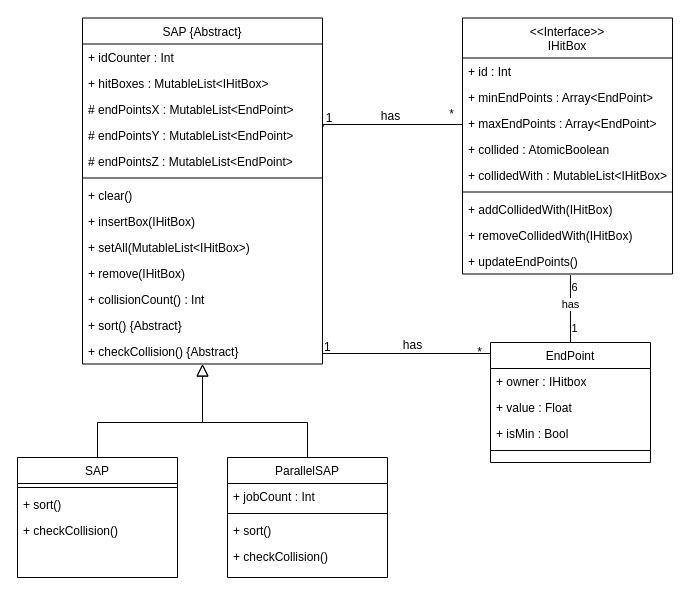
This is Documents/Diagrams/SAP class diagram.drawio from DennisGoss99/BachelorThesis, a draw.io file, before an edit. Source tidied: cells renumbered, new cells numbered last; positions are measured from the earlier drawing's top-left corner, leaving out a move shared by most shapes. Both pictures are drawn from the tidied source at 100%, with x=0, y=0 at pixel (17, 18).
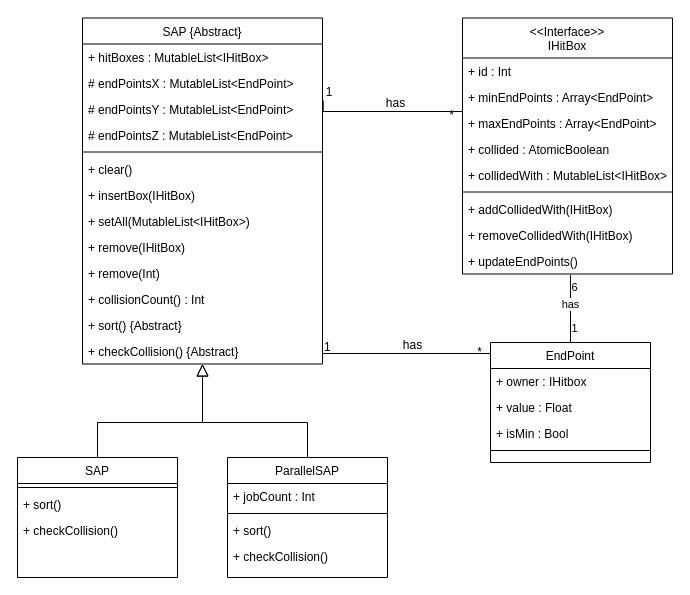
The same diagram, later.

The change refers to these unchanged cells:
```xml
<mxCell id="2" value="SAP {Abstract}" style="swimlane;fontStyle=0;align=center;verticalAlign=top;horizontal=1;startSize=26;rounded=0;shadow=0;strokeWidth=1;fillColor=none;" parent="1" vertex="1">
  <mxGeometry x="65" y="-0.5" width="240" height="346" as="geometry" />
</mxCell>
```

What changed in the source:
```diff
@@
-    <mxCell id="3" value="+ idCounter : Int" style="text;strokeColor=none;fillColor=none;align=left;verticalAlign=top;spacingLeft=4;spacingRight=4;overflow=hidden;" parent="2" vertex="1">
-      <mxGeometry y="26" width="240" height="26" as="geometry" />
-    </mxCell>
     <mxCell id="4" value="+ hitBoxes : MutableList&lt;IHitBox&gt;" style="text;strokeColor=none;fillColor=none;align=left;verticalAlign=top;spacingLeft=4;spacingRight=4;overflow=hidden;" parent="2" vertex="1">
-      <mxGeometry y="52" width="240" height="26" as="geometry" />
+      <mxGeometry y="26" width="240" height="26" as="geometry" />
     </mxCell>
     <mxCell id="5" value="# endPointsX : MutableList&lt;EndPoint&gt;" style="text;strokeColor=none;fillColor=none;align=left;verticalAlign=top;spacingLeft=4;spacingRight=4;overflow=hidden;" parent="2" vertex="1">
-      <mxGeometry y="78" width="240" height="26" as="geometry" />
+      <mxGeometry y="52" width="240" height="26" as="geometry" />
     </mxCell>
     <mxCell id="6" value="# endPointsY : MutableList&lt;EndPoint&gt;" style="text;strokeColor=none;fillColor=none;align=left;verticalAlign=top;spacingLeft=4;spacingRight=4;overflow=hidden;points=[[0,0.5],[1,0.5]];portConstraint=eastwest;" parent="2" vertex="1">
-      <mxGeometry y="104" width="240" height="26" as="geometry" />
+      <mxGeometry y="78" width="240" height="26" as="geometry" />
     </mxCell>
     <mxCell id="7" value="# endPointsZ : MutableList&lt;EndPoint&gt;" style="text;strokeColor=none;fillColor=none;align=left;verticalAlign=top;spacingLeft=4;spacingRight=4;overflow=hidden;" parent="2" vertex="1">
-      <mxGeometry y="130" width="240" height="26" as="geometry" />
+      <mxGeometry y="104" width="240" height="26" as="geometry" />
     </mxCell>
     <mxCell id="8" style="line;html=1;strokeWidth=1;align=left;verticalAlign=middle;spacingTop=-1;spacingLeft=3;spacingRight=3;labelPosition=right;" parent="2" vertex="1">
-      <mxGeometry y="156" width="240" height="8" as="geometry" />
+      <mxGeometry y="130" width="240" height="8" as="geometry" />
     </mxCell>
     <mxCell id="9" value="+ clear()" style="text;strokeColor=none;fillColor=none;align=left;verticalAlign=top;spacingLeft=4;spacingRight=4;overflow=hidden;" parent="2" vertex="1">
-      <mxGeometry y="164" width="240" height="26" as="geometry" />
+      <mxGeometry y="138" width="240" height="26" as="geometry" />
     </mxCell>
     <mxCell id="10" value="+ insertBox(IHitBox)" style="text;strokeColor=none;fillColor=none;align=left;verticalAlign=top;spacingLeft=4;spacingRight=4;overflow=hidden;" parent="2" vertex="1">
-      <mxGeometry y="190" width="240" height="26" as="geometry" />
+      <mxGeometry y="164" width="240" height="26" as="geometry" />
     </mxCell>
     <mxCell id="11" value="+ setAll(MutableList&lt;IHitBox&gt;)" style="text;strokeColor=none;fillColor=none;align=left;verticalAlign=top;spacingLeft=4;spacingRight=4;overflow=hidden;" parent="2" vertex="1">
-      <mxGeometry y="216" width="240" height="26" as="geometry" />
+      <mxGeometry y="190" width="240" height="26" as="geometry" />
     </mxCell>
     <mxCell id="12" value="+ remove(IHitBox)" style="text;strokeColor=none;fillColor=none;align=left;verticalAlign=top;spacingLeft=4;spacingRight=4;overflow=hidden;" parent="2" vertex="1">
-      <mxGeometry y="242" width="240" height="26" as="geometry" />
+      <mxGeometry y="216" width="240" height="26" as="geometry" />
     </mxCell>
+    <mxCell id="54" value="+ remove(Int)" style="text;strokeColor=none;fillColor=none;align=left;verticalAlign=top;spacingLeft=4;spacingRight=4;overflow=hidden;" parent="2" vertex="1">
+      <mxGeometry y="242" width="240" height="26" as="geometry" />
+    </mxCell>
```
